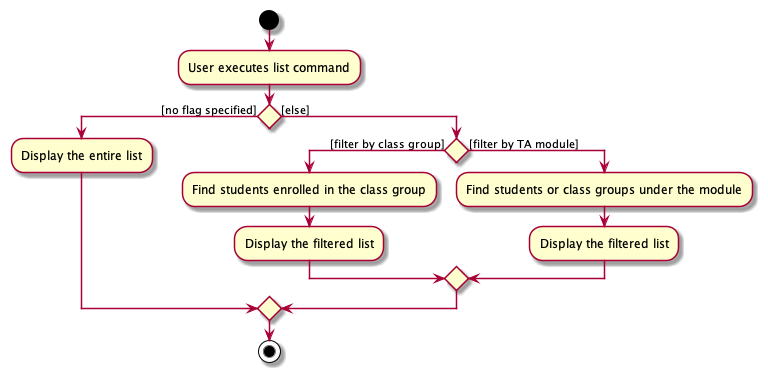
Before: docs/images/ListActivityDiagram.png, a diagram exported from PlantUML (nus-cs2103-AY2122S2/tp). Its diagram source:
```plantuml
@startuml
start

:User executes list command;

if () then ([no flag specified])
    :Display the entire list;
else ([else])
    if () then ([filter by class group])
    :Find students enrolled in the class group;
    :Display the filtered list;
    else ([filter by TA module])
    :Find students or class groups under the module;
    :Display the filtered list;
    endif
endif
stop
@enduml
```
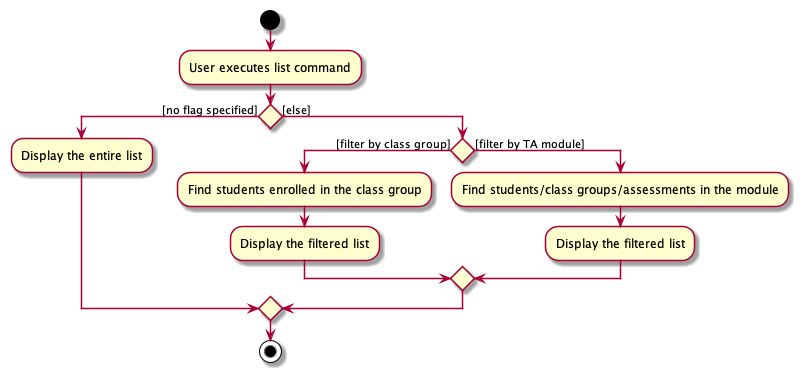
Above is the later version.

The edit, as a diff of the source:
```diff
@@ -10,7 +10,7 @@
     :Find students enrolled in the class group;
     :Display the filtered list;
     else ([filter by TA module])
-    :Find students or class groups under the module;
+    :Find students/class groups/assessments in the module;
     :Display the filtered list;
     endif
 endif
```
